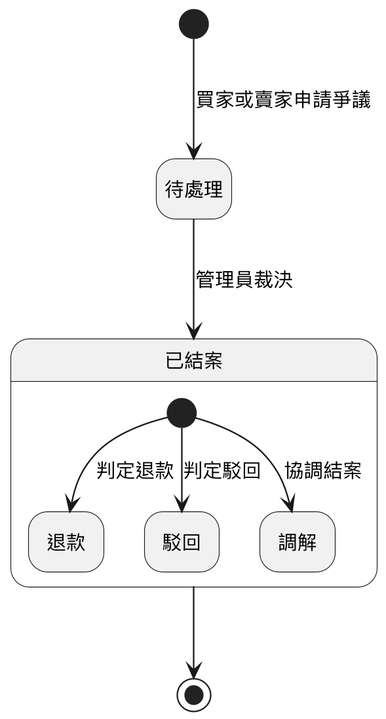
Earlier version of the PlantUML export Diagrams/State Machine/v3/state_disputes.png (SaveMyBook/SaveMyBook).
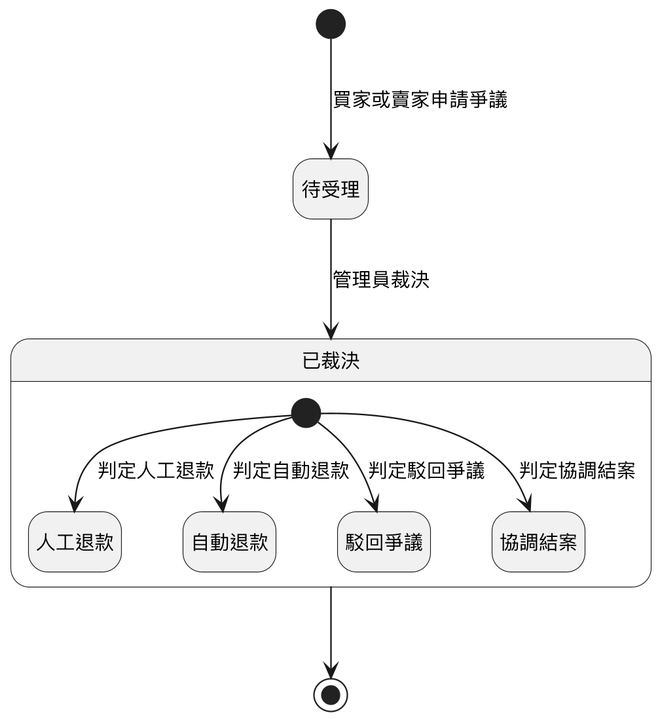
After the commit.

Change to the diagram source:
```diff
@@ -6,13 +6,14 @@
 skinparam defaultFontSize 13
 hide empty description
 
-[*] --> 待處理 : 買家或賣家申請爭議
-待處理 --> 已結案 : 管理員裁決
+[*] --> 待受理 : 買家或賣家申請爭議
+待受理 --> 已裁決 : 管理員裁決
 
-state 已結案 {
-  [*] --> 退款 : 判定退款
-  [*] --> 駁回 : 判定駁回
-  [*] --> 調解 : 協調結案
+state 已裁決 {
+  [*] --> 人工退款 : 判定人工退款
+  [*] --> 自動退款 : 判定自動退款
+  [*] --> 駁回爭議 : 判定駁回爭議
+  [*] --> 協調結案 : 判定協調結案
 }
-已結案 --> [*]
+已裁決 --> [*]
 @enduml
```
